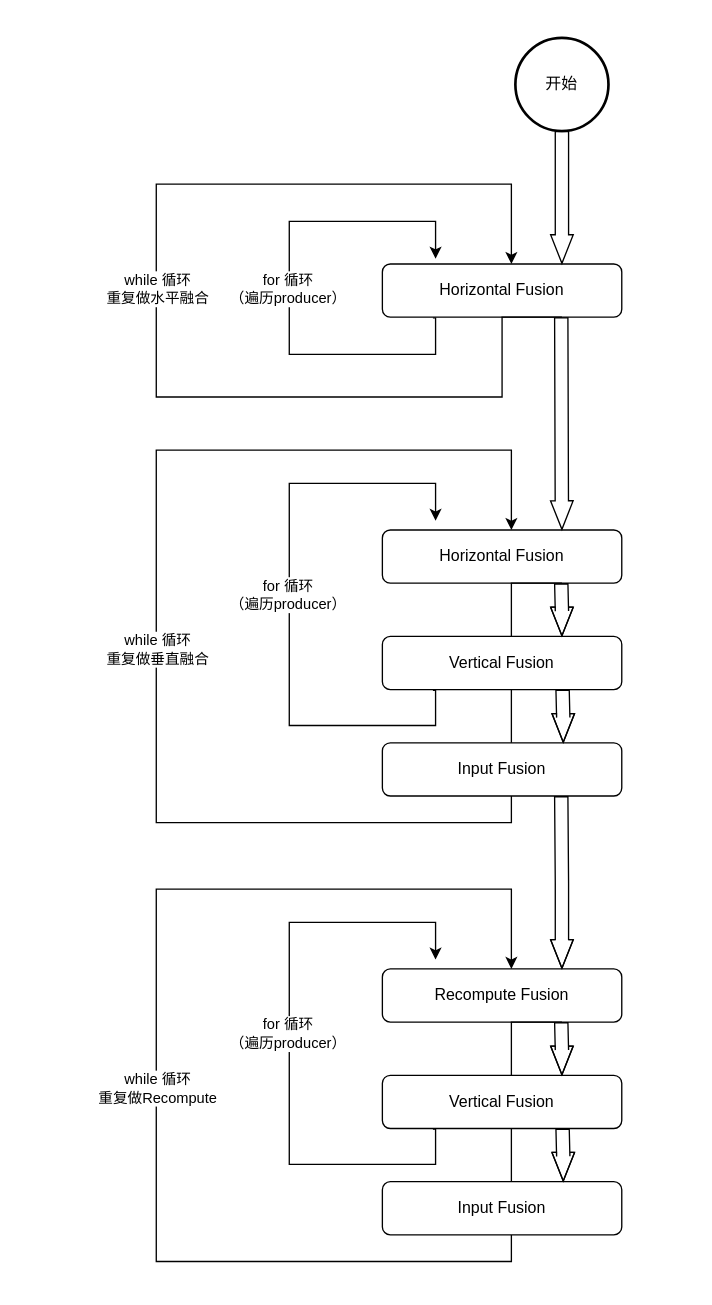
Above: 未命名绘图.drawio in jiahy0825/draw.io (draw.io), before the change. Source tidied: cells renumbered, new cells numbered last; positions are measured from the earlier drawing's top-left corner, leaving out a move shared by most shapes. Both pictures are drawn from the tidied source at 133%, with x=0, y=0 at pixel (156, 37).
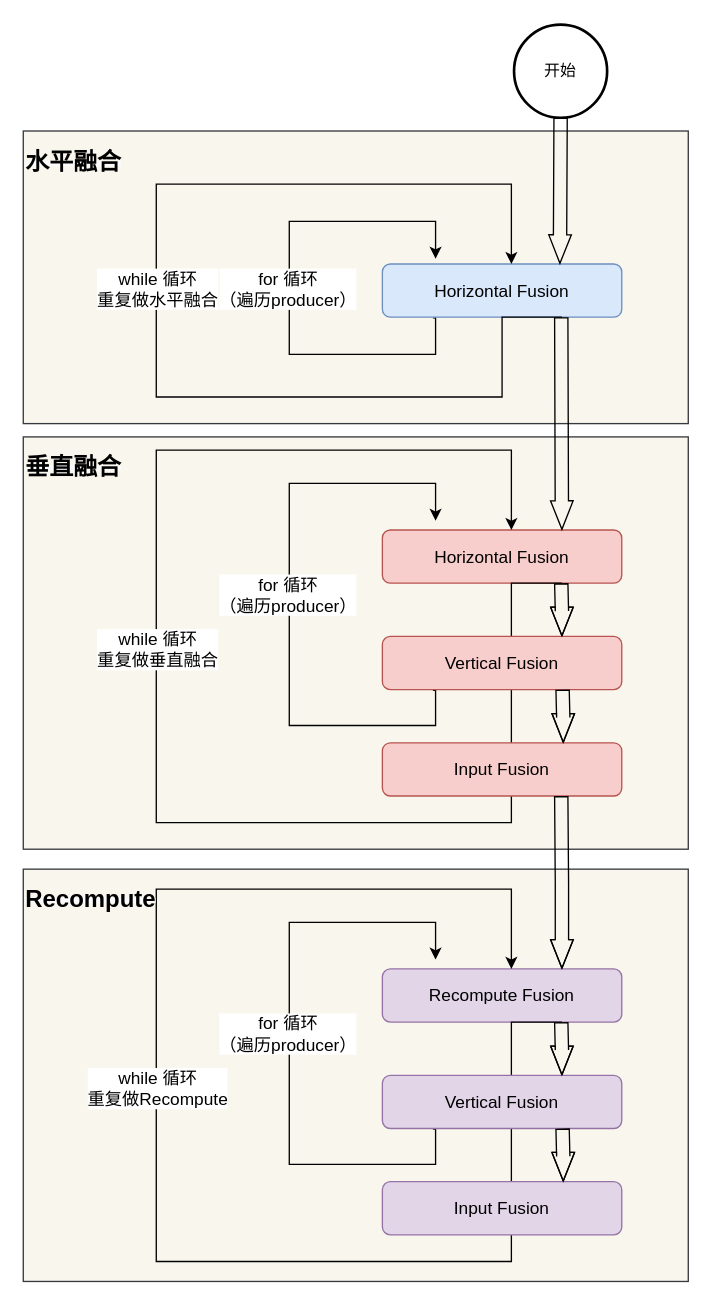
The same diagram, later.

Commit message (it also covers changes not shown here):
更新未命名绘图.drawio

Unchanged cells that the change refers to:
```xml
<mxCell id="2" style="edgeStyle=orthogonalEdgeStyle;rounded=0;orthogonalLoop=1;jettySize=auto;html=1;entryX=0.333;entryY=-0.05;entryDx=0;entryDy=0;entryPerimeter=0;exitX=0.317;exitY=1.063;exitDx=0;exitDy=0;exitPerimeter=0;" parent="1" edge="1">
  <mxGeometry relative="1" as="geometry">
    <mxPoint x="208" y="210.5" as="sourcePoint" />
    <mxPoint x="210" y="166" as="targetPoint" />
    <Array as="points">
      <mxPoint x="210" y="211" />
      <mxPoint x="210" y="238" />
      <mxPoint x="100" y="238" />
      <mxPoint x="100" y="138" />
      <mxPoint x="210" y="138" />
    </Array>
  </mxGeometry>
</mxCell>
<mxCell id="7" style="edgeStyle=orthogonalEdgeStyle;rounded=0;jettySize=auto;html=1;exitX=0.75;exitY=1;exitDx=0;exitDy=0;" parent="1" edge="1" source="4">
  <mxGeometry relative="1" as="geometry">
    <mxPoint x="267" y="170" as="targetPoint" />
    <Array as="points">
      <mxPoint x="260" y="270" />
      <mxPoint y="270" />
      <mxPoint y="110" />
      <mxPoint x="267" y="110" />
    </Array>
  </mxGeometry>
</mxCell>
<mxCell id="9" style="edgeStyle=orthogonalEdgeStyle;rounded=0;orthogonalLoop=1;jettySize=auto;html=1;entryX=0.333;entryY=-0.05;entryDx=0;entryDy=0;entryPerimeter=0;exitX=0.211;exitY=1.088;exitDx=0;exitDy=0;exitPerimeter=0;" parent="1" edge="1">
  <mxGeometry relative="1" as="geometry">
    <mxPoint x="208" y="490.5" as="sourcePoint" />
    <mxPoint x="210" y="363" as="targetPoint" />
    <Array as="points">
      <mxPoint x="210" y="491" />
      <mxPoint x="210" y="517" />
      <mxPoint x="100" y="517" />
      <mxPoint x="100" y="335" />
      <mxPoint x="210" y="335" />
    </Array>
  </mxGeometry>
</mxCell>
<mxCell id="12" style="edgeStyle=orthogonalEdgeStyle;rounded=0;jettySize=auto;html=1;exitX=0.75;exitY=1;exitDx=0;exitDy=0;" parent="1" edge="1" source="11">
  <mxGeometry relative="1" as="geometry">
    <mxPoint x="267" y="370" as="targetPoint" />
    <Array as="points">
      <mxPoint x="267" y="410" />
      <mxPoint x="267" y="590" />
      <mxPoint y="590" />
      <mxPoint y="310" />
      <mxPoint x="267" y="310" />
    </Array>
  </mxGeometry>
</mxCell>
<mxCell id="19" style="edgeStyle=orthogonalEdgeStyle;rounded=0;orthogonalLoop=1;jettySize=auto;html=1;entryX=0.333;entryY=-0.05;entryDx=0;entryDy=0;entryPerimeter=0;exitX=0.211;exitY=1.088;exitDx=0;exitDy=0;exitPerimeter=0;" parent="1" edge="1">
  <mxGeometry relative="1" as="geometry">
    <mxPoint x="208" y="820.5" as="sourcePoint" />
    <mxPoint x="210" y="693" as="targetPoint" />
    <Array as="points">
      <mxPoint x="210" y="821" />
      <mxPoint x="210" y="847" />
      <mxPoint x="100" y="847" />
      <mxPoint x="100" y="665" />
      <mxPoint x="210" y="665" />
    </Array>
  </mxGeometry>
</mxCell>
<mxCell id="22" style="edgeStyle=orthogonalEdgeStyle;rounded=0;jettySize=auto;html=1;exitX=0.75;exitY=1;exitDx=0;exitDy=0;" parent="1" edge="1" source="21">
  <mxGeometry relative="1" as="geometry">
    <mxPoint x="267" y="700" as="targetPoint" />
    <Array as="points">
      <mxPoint x="267" y="740" />
      <mxPoint x="267" y="920" />
      <mxPoint y="920" />
      <mxPoint y="640" />
      <mxPoint x="267" y="640" />
    </Array>
  </mxGeometry>
</mxCell>
```

Diff of the diagram source:
```diff
@@
+    <mxCell id="29" value="&lt;h2 style=&quot;line-height: 20%;&quot;&gt;&lt;br&gt;&lt;/h2&gt;" style="rounded=0;whiteSpace=wrap;html=1;align=left;strokeColor=#36393d;fillColor=#f9f7ed;" parent="1" vertex="1">
+      <mxGeometry x="-100" y="625" width="500" height="310" as="geometry" />
+    </mxCell>
+    <mxCell id="30" value="&lt;h2 style=&quot;line-height: 20%;&quot;&gt;&lt;br&gt;&lt;/h2&gt;" style="rounded=0;whiteSpace=wrap;html=1;align=left;strokeColor=#36393d;fillColor=#f9f7ed;" parent="1" vertex="1">
+      <mxGeometry x="-100" y="300" width="500" height="310" as="geometry" />
+    </mxCell>
+    <mxCell id="31" value="&lt;h2 style=&quot;line-height: 20%;&quot;&gt;&lt;br&gt;&lt;/h2&gt;" style="rounded=0;whiteSpace=wrap;html=1;align=left;strokeColor=#36393d;fillColor=#f9f7ed;" parent="1" vertex="1">
+      <mxGeometry x="-100" y="70" width="500" height="220" as="geometry" />
+    </mxCell>
@@
-    <mxCell id="3" value="for 循环&lt;br style=&quot;box-sizing: initial; -webkit-tap-highlight-color: rgba(0, 0, 0, 0);&quot;&gt;（遍历producer）" style="edgeLabel;html=1;align=center;verticalAlign=middle;" parent="2" vertex="1">
+    <mxCell id="3" value="for 循环&lt;br style=&quot;box-sizing: initial; -webkit-tap-highlight-color: rgba(0, 0, 0, 0); font-size: 13px;&quot;&gt;（遍历producer）" style="edgeLabel;html=1;align=center;verticalAlign=middle;fontSize=13;" parent="2" vertex="1">
       <mxGeometry x="0.18" y="2" relative="1" as="geometry">
         <mxPoint y="34" as="offset" />
       </mxGeometry>
     </mxCell>
-    <mxCell id="4" value="Horizontal Fusion" style="rounded=1;whiteSpace=wrap;html=1;fontSize=12;glass=0;strokeWidth=1;shadow=0;" parent="1" vertex="1">
+    <mxCell id="4" value="Horizontal Fusion" style="rounded=1;whiteSpace=wrap;html=1;fontSize=13;glass=0;strokeWidth=1;shadow=0;fillColor=#dae8fc;strokeColor=#6c8ebf;" parent="1" vertex="1">
       <mxGeometry x="170" y="170" width="180" height="40" as="geometry" />
     </mxCell>
-    <mxCell id="5" style="edgeStyle=orthogonalEdgeStyle;rounded=0;jettySize=auto;html=1;exitX=0.5;exitY=1;exitDx=0;exitDy=0;exitPerimeter=0;entryX=0.75;entryY=0;entryDx=0;entryDy=0;shape=flexArrow;endWidth=6;endSize=6.83;" parent="1" edge="1" source="6" target="4">
-      <mxGeometry relative="1" as="geometry" />
-    </mxCell>
     <mxCell id="6" value="开始" style="strokeWidth=2;html=1;shape=mxgraph.flowchart.start_2;whiteSpace=wrap;" parent="1" vertex="1">
-      <mxGeometry x="270" width="70" height="70" as="geometry" />
+      <mxGeometry x="269" y="-10" width="70" height="70" as="geometry" />
     </mxCell>
@@
-    <mxCell id="8" value="while 循环&lt;br style=&quot;box-sizing: initial; -webkit-tap-highlight-color: rgba(0, 0, 0, 0);&quot;&gt;重复做水平融合" style="edgeLabel;html=1;align=center;verticalAlign=middle;" parent="7" vertex="1">
+    <mxCell id="8" value="&lt;font style=&quot;font-size: 13px;&quot;&gt;while 循环&lt;br style=&quot;box-sizing: initial; -webkit-tap-highlight-color: rgba(0, 0, 0, 0);&quot;&gt;重复做水平融合&lt;/font&gt;" style="edgeLabel;html=1;align=center;verticalAlign=middle;" parent="7" vertex="1">
       <mxGeometry x="0.18" y="2" relative="1" as="geometry">
         <mxPoint x="2" y="56" as="offset" />
       </mxGeometry>
     </mxCell>
@@
-    <mxCell id="10" value="for 循环&lt;br style=&quot;box-sizing: initial; -webkit-tap-highlight-color: rgba(0, 0, 0, 0);&quot;&gt;（遍历producer）" style="edgeLabel;html=1;align=center;verticalAlign=middle;" parent="9" vertex="1">
+    <mxCell id="10" value="for 循环&lt;br style=&quot;box-sizing: initial; -webkit-tap-highlight-color: rgba(0, 0, 0, 0); font-size: 13px;&quot;&gt;（遍历producer）" style="edgeLabel;html=1;align=center;verticalAlign=middle;fontSize=13;" parent="9" vertex="1">
       <mxGeometry x="0.18" y="2" relative="1" as="geometry">
         <mxPoint y="34" as="offset" />
       </mxGeometry>
     </mxCell>
-    <mxCell id="11" value="Horizontal Fusion" style="rounded=1;whiteSpace=wrap;html=1;fontSize=12;glass=0;strokeWidth=1;shadow=0;" parent="1" vertex="1">
+    <mxCell id="11" value="Horizontal Fusion" style="rounded=1;whiteSpace=wrap;html=1;fontSize=13;glass=0;strokeWidth=1;shadow=0;fillColor=#f8cecc;strokeColor=#b85450;" parent="1" vertex="1">
       <mxGeometry x="170" y="370" width="180" height="40" as="geometry" />
     </mxCell>
@@
-    <mxCell id="13" value="while 循环&lt;br style=&quot;box-sizing: initial; -webkit-tap-highlight-color: rgba(0, 0, 0, 0);&quot;&gt;重复做垂直融合" style="edgeLabel;html=1;align=center;verticalAlign=middle;" parent="12" vertex="1">
+    <mxCell id="13" value="while 循环&lt;br style=&quot;box-sizing: initial; -webkit-tap-highlight-color: rgba(0, 0, 0, 0); font-size: 13px;&quot;&gt;重复做垂直融合" style="edgeLabel;html=1;align=center;verticalAlign=middle;fontSize=13;" parent="12" vertex="1">
       <mxGeometry x="0.18" y="2" relative="1" as="geometry">
         <mxPoint x="2" y="28" as="offset" />
       </mxGeometry>
     </mxCell>
@@
-    <mxCell id="15" value="Vertical Fusion" style="rounded=1;whiteSpace=wrap;html=1;fontSize=12;glass=0;strokeWidth=1;shadow=0;" parent="1" vertex="1">
+    <mxCell id="15" value="Vertical Fusion" style="rounded=1;whiteSpace=wrap;html=1;fontSize=13;glass=0;strokeWidth=1;shadow=0;fillColor=#f8cecc;strokeColor=#b85450;" parent="1" vertex="1">
       <mxGeometry x="170" y="450" width="180" height="40" as="geometry" />
     </mxCell>
-    <mxCell id="16" value="Input Fusion" style="rounded=1;whiteSpace=wrap;html=1;fontSize=12;glass=0;strokeWidth=1;shadow=0;" parent="1" vertex="1">
+    <mxCell id="16" value="Input Fusion" style="rounded=1;whiteSpace=wrap;html=1;fontSize=13;glass=0;strokeWidth=1;shadow=0;fillColor=#f8cecc;strokeColor=#b85450;" parent="1" vertex="1">
       <mxGeometry x="170" y="530" width="180" height="40" as="geometry" />
     </mxCell>
@@
-    <mxCell id="20" value="for 循环&lt;br style=&quot;box-sizing: initial; -webkit-tap-highlight-color: rgba(0, 0, 0, 0);&quot;&gt;（遍历producer）" style="edgeLabel;html=1;align=center;verticalAlign=middle;" parent="19" vertex="1">
+    <mxCell id="20" value="for 循环&lt;br style=&quot;box-sizing: initial; -webkit-tap-highlight-color: rgba(0, 0, 0, 0); font-size: 13px;&quot;&gt;（遍历producer）" style="edgeLabel;html=1;align=center;verticalAlign=middle;fontSize=13;" parent="19" vertex="1">
       <mxGeometry x="0.18" y="2" relative="1" as="geometry">
         <mxPoint y="34" as="offset" />
       </mxGeometry>
     </mxCell>
-    <mxCell id="21" value="Recompute Fusion" style="rounded=1;whiteSpace=wrap;html=1;fontSize=12;glass=0;strokeWidth=1;shadow=0;" parent="1" vertex="1">
+    <mxCell id="21" value="Recompute Fusion" style="rounded=1;whiteSpace=wrap;html=1;fontSize=13;glass=0;strokeWidth=1;shadow=0;fillColor=#e1d5e7;strokeColor=#9673a6;" parent="1" vertex="1">
       <mxGeometry x="170" y="700" width="180" height="40" as="geometry" />
     </mxCell>
@@
-    <mxCell id="23" value="while 循环&lt;br style=&quot;box-sizing: initial; -webkit-tap-highlight-color: rgba(0, 0, 0, 0);&quot;&gt;重复做Recompute" style="edgeLabel;html=1;align=center;verticalAlign=middle;" parent="22" vertex="1">
+    <mxCell id="23" value="while 循环&lt;br style=&quot;box-sizing: initial; -webkit-tap-highlight-color: rgba(0, 0, 0, 0); font-size: 13px;&quot;&gt;重复做Recompute" style="edgeLabel;html=1;align=center;verticalAlign=middle;fontSize=13;" parent="22" vertex="1">
       <mxGeometry x="0.18" y="2" relative="1" as="geometry">
         <mxPoint x="2" y="28" as="offset" />
       </mxGeometry>
     </mxCell>
-    <mxCell id="24" value="Vertical Fusion" style="rounded=1;whiteSpace=wrap;html=1;fontSize=12;glass=0;strokeWidth=1;shadow=0;" parent="1" vertex="1">
+    <mxCell id="24" value="Vertical Fusion" style="rounded=1;whiteSpace=wrap;html=1;fontSize=13;glass=0;strokeWidth=1;shadow=0;fillColor=#e1d5e7;strokeColor=#9673a6;" parent="1" vertex="1">
       <mxGeometry x="170" y="780" width="180" height="40" as="geometry" />
     </mxCell>
-    <mxCell id="25" value="Input Fusion" style="rounded=1;whiteSpace=wrap;html=1;fontSize=12;glass=0;strokeWidth=1;shadow=0;" parent="1" vertex="1">
+    <mxCell id="25" value="Input Fusion" style="rounded=1;whiteSpace=wrap;html=1;fontSize=13;glass=0;strokeWidth=1;shadow=0;fillColor=#e1d5e7;strokeColor=#9673a6;" parent="1" vertex="1">
       <mxGeometry x="170" y="860" width="180" height="40" as="geometry" />
     </mxCell>
@@
+    <mxCell id="32" value="&lt;h2 style=&quot;border-color: var(--border-color); color: rgb(0, 0, 0); font-family: Helvetica; font-style: normal; font-variant-ligatures: normal; font-variant-caps: normal; letter-spacing: normal; orphans: 2; text-align: left; text-indent: 0px; text-transform: none; widows: 2; word-spacing: 0px; -webkit-text-stroke-width: 0px; background-color: rgb(251, 251, 251); text-decoration-thickness: initial; text-decoration-style: initial; text-decoration-color: initial; line-height: 3.6px;&quot;&gt;水平融合&lt;/h2&gt;" style="text;whiteSpace=wrap;html=1;" parent="1" vertex="1">
+      <mxGeometry x="-100" y="71" width="90" height="50" as="geometry" />
+    </mxCell>
+    <mxCell id="33" value="&lt;h2 style=&quot;border-color: var(--border-color); color: rgb(0, 0, 0); font-family: Helvetica; font-style: normal; font-variant-ligatures: normal; font-variant-caps: normal; letter-spacing: normal; orphans: 2; text-align: left; text-indent: 0px; text-transform: none; widows: 2; word-spacing: 0px; -webkit-text-stroke-width: 0px; background-color: rgb(251, 251, 251); text-decoration-thickness: initial; text-decoration-style: initial; text-decoration-color: initial; line-height: 3.6px;&quot;&gt;垂直融合&lt;/h2&gt;" style="text;whiteSpace=wrap;html=1;" parent="1" vertex="1">
+      <mxGeometry x="-100" y="300" width="90" height="50" as="geometry" />
+    </mxCell>
+    <mxCell id="34" value="&lt;h2 style=&quot;border-color: var(--border-color); color: rgb(0, 0, 0); font-family: Helvetica; font-style: normal; font-variant-ligatures: normal; font-variant-caps: normal; letter-spacing: normal; orphans: 2; text-align: left; text-indent: 0px; text-transform: none; widows: 2; word-spacing: 0px; -webkit-text-stroke-width: 0px; background-color: rgb(251, 251, 251); text-decoration-thickness: initial; text-decoration-style: initial; text-decoration-color: initial; line-height: 3.6px;&quot;&gt;Recompute&lt;/h2&gt;" style="text;whiteSpace=wrap;html=1;" parent="1" vertex="1">
+      <mxGeometry x="-100" y="625" width="90" height="50" as="geometry" />
+    </mxCell>
+    <mxCell id="35" style="edgeStyle=orthogonalEdgeStyle;rounded=0;jettySize=auto;html=1;shape=flexArrow;endWidth=6;endSize=6.83;exitX=0.5;exitY=1;exitDx=0;exitDy=0;exitPerimeter=0;" parent="1" edge="1" source="6">
+      <mxGeometry relative="1" as="geometry">
+        <mxPoint x="303.5" y="170" as="targetPoint" />
+      </mxGeometry>
+    </mxCell>
```
